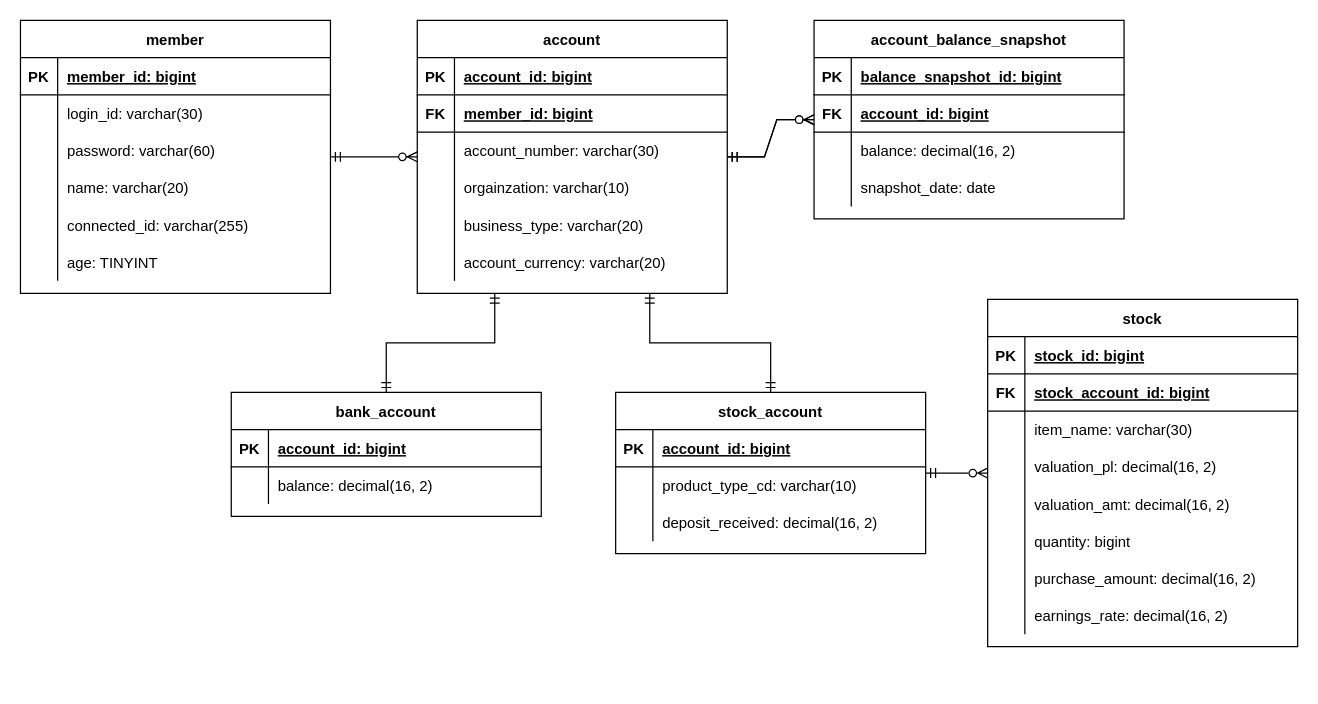
The draw.io diagram ER다이어그램(자산관리앱).drawio in GunwooJo/AssetManagement, before the edit. Source tidied: cells renumbered, new cells numbered last; positions are measured from the earlier drawing's top-left corner, leaving out a move shared by most shapes. Both pictures are drawn from the tidied source at 124%, with x=0, y=0 at pixel (20, 20).
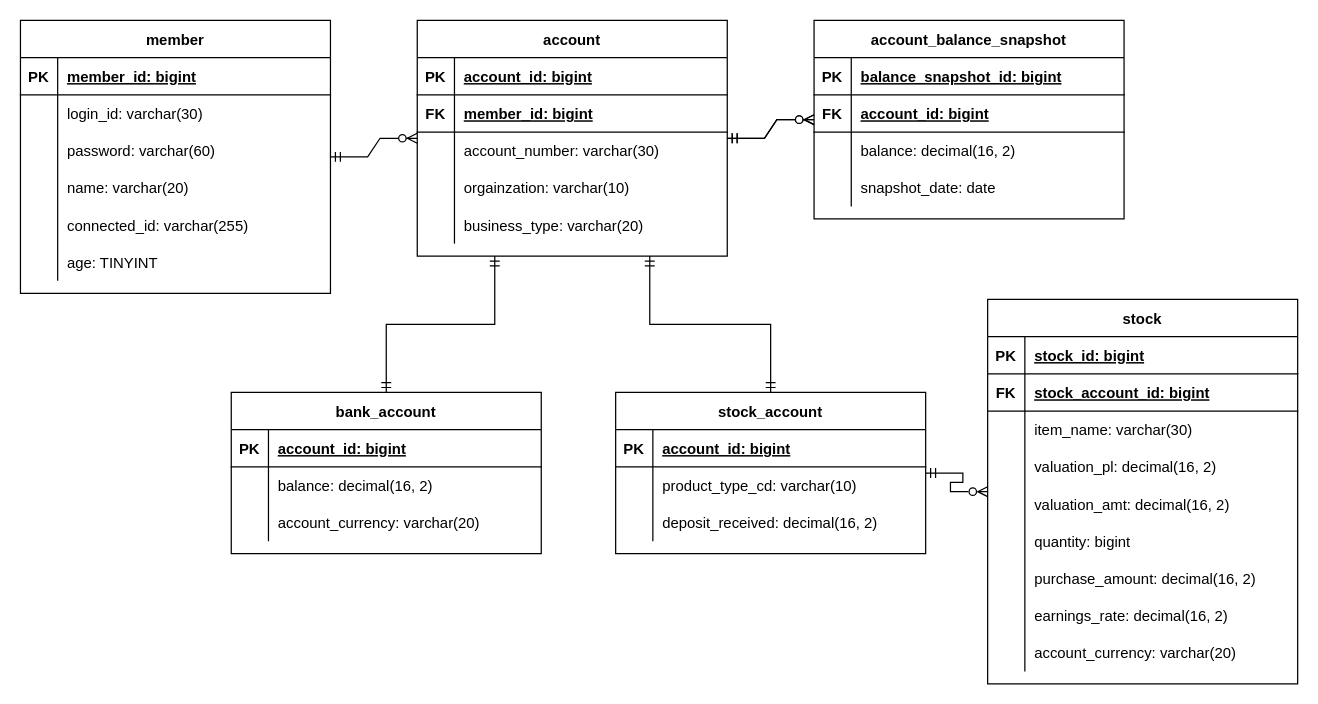
After the change.

Commit message:
account_currency 속성 위차 변경

The edit, as a diff of the source:
```diff
@@
     <mxCell id="21" value="account" style="shape=table;startSize=30;childLayout=tableLayout;rowLines=0;fontStyle=1;align=center;" parent="1" vertex="1">
-      <mxGeometry x="320" width="250" height="220" as="geometry" />
+      <mxGeometry x="320" width="250" height="190" as="geometry" />
     </mxCell>
@@
-    <mxCell id="37" style="shape=partialRectangle;fillColor=none;top=0;left=0;right=0;bottom=0;" parent="21" vertex="1">
-      <mxGeometry y="180" width="250" height="30" as="geometry" />
-    </mxCell>
-    <mxCell id="38" style="shape=partialRectangle;overflow=hidden;fillColor=none;top=0;left=0;bottom=0;right=0;" parent="37" vertex="1">
-      <mxGeometry width="30" height="30" as="geometry" />
-    </mxCell>
-    <mxCell id="39" value="account_currency: varchar(20)" style="shape=partialRectangle;overflow=hidden;fillColor=none;top=0;left=0;bottom=0;right=0;align=left;spacingLeft=6;" parent="37" vertex="1">
-      <mxGeometry x="30" width="220" height="30" as="geometry" />
-    </mxCell>
@@
     <mxCell id="56" value="bank_account" style="shape=table;startSize=30;childLayout=tableLayout;rowLines=0;fontStyle=1;align=center;" parent="1" vertex="1">
-      <mxGeometry x="170" y="300" width="250" height="100" as="geometry" />
+      <mxGeometry x="170" y="300" width="250" height="130" as="geometry" />
     </mxCell>
@@
+    <mxCell id="101" style="shape=partialRectangle;fillColor=none;top=0;left=0;right=0;bottom=0;" parent="56" vertex="1">
+      <mxGeometry y="90" width="250" height="30" as="geometry" />
+    </mxCell>
+    <mxCell id="102" style="shape=partialRectangle;overflow=hidden;fillColor=none;top=0;left=0;bottom=0;right=0;" parent="101" vertex="1">
+      <mxGeometry width="30" height="30" as="geometry" />
+    </mxCell>
+    <mxCell id="103" value="account_currency: varchar(20)" style="shape=partialRectangle;overflow=hidden;fillColor=none;top=0;left=0;bottom=0;right=0;align=left;spacingLeft=6;" parent="101" vertex="1">
+      <mxGeometry x="30" width="220" height="30" as="geometry" />
+    </mxCell>
@@
     <mxCell id="75" value="stock" style="shape=table;startSize=30;childLayout=tableLayout;rowLines=0;fontStyle=1;align=center;" parent="1" vertex="1">
-      <mxGeometry x="780" y="225" width="250" height="280" as="geometry" />
+      <mxGeometry x="780" y="225" width="250" height="310" as="geometry" />
     </mxCell>
@@
+    <mxCell id="104" style="shape=partialRectangle;fillColor=none;top=0;left=0;right=0;bottom=0;" parent="75" vertex="1">
+      <mxGeometry y="270" width="250" height="30" as="geometry" />
+    </mxCell>
+    <mxCell id="105" style="shape=partialRectangle;overflow=hidden;fillColor=none;top=0;left=0;bottom=0;right=0;" parent="104" vertex="1">
+      <mxGeometry width="30" height="30" as="geometry" />
+    </mxCell>
+    <mxCell id="106" value="account_currency: varchar(20)" style="shape=partialRectangle;overflow=hidden;fillColor=none;top=0;left=0;bottom=0;right=0;align=left;spacingLeft=6;" parent="104" vertex="1">
+      <mxGeometry x="30" width="220" height="30" as="geometry" />
+    </mxCell>
```
